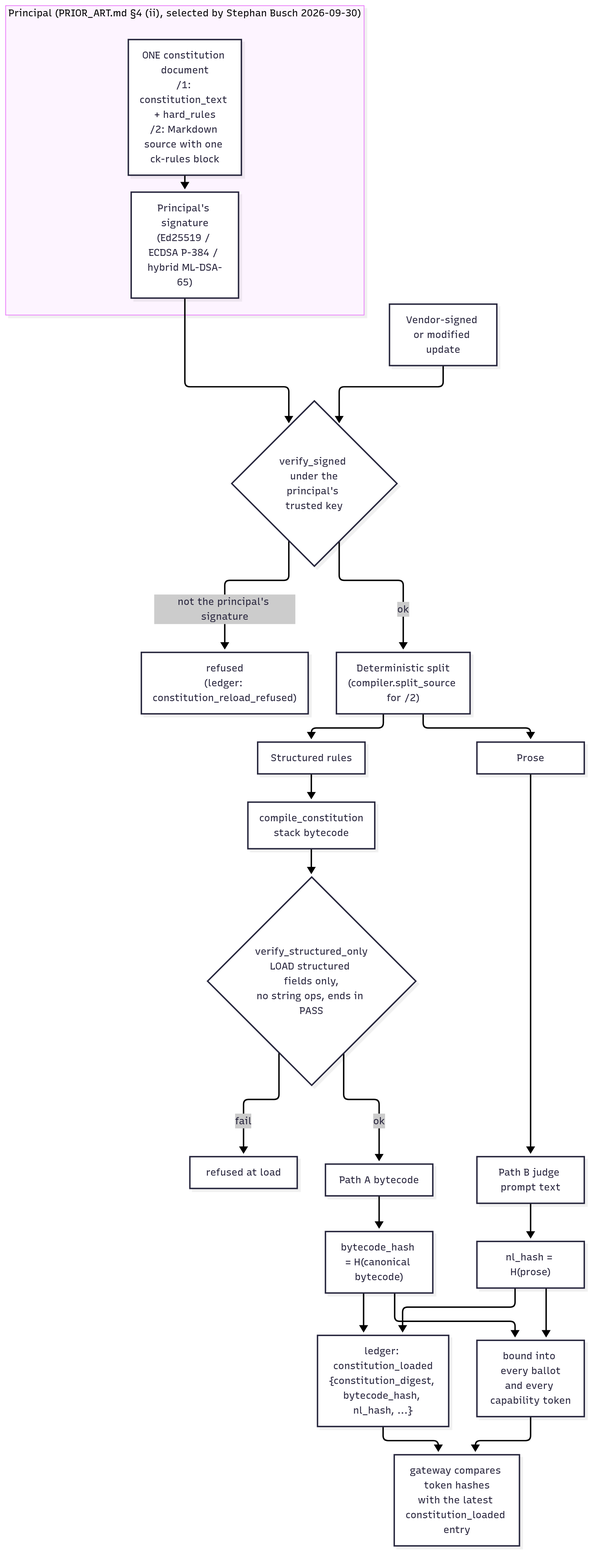
The Mermaid diagram docs/figures/two_compilations.png in Insomniac-VibeLabs/two-key, before a commit. Its source is kept beside it as docs/figures/two_compilations.mmd. The source it was exported from:
```mermaid
flowchart TB
  subgraph P["Principal (PRIOR_ART.md §4 (ii), selected by Stephan Busch 2026-09-30)"]
    D["ONE constitution document<br/>/1: constitution_text + hard_rules<br/>/2: Markdown source with one ck-rules block"]
    S["Principal's signature<br/>(Ed25519 / ECDSA P-384 / hybrid ML-DSA-65)"]
  end
  D --> S
  S --> V{"verify_signed under the<br/>principal's trusted key"}
  X["Vendor-signed or modified update"] --> V
  V -- "not the principal's signature" --> R["refused<br/>(ledger: constitution_reload_refused)"]
  V -- ok --> SP["Deterministic split<br/>(compiler.split_source for /2)"]
  SP --> RU["Structured rules"]
  SP --> PR["Prose"]
  RU --> C["compile_constitution<br/>stack bytecode"]
  C --> SC{"verify_structured_only<br/>LOAD structured fields only,<br/>no string ops, ends in PASS"}
  SC -- fail --> R2["refused at load"]
  SC -- ok --> BC["Path A bytecode"]
  PR --> JP["Path B judge prompt text"]
  BC --> HB["bytecode_hash = H(canonical bytecode)"]
  JP --> HN["nl_hash = H(prose)"]
  HB --> LE["ledger: constitution_loaded<br/>{constitution_digest, bytecode_hash, nl_hash, ...}"]
  HN --> LE
  HB --> BT["bound into every ballot<br/>and every capability token"]
  HN --> BT
  LE --> GW["gateway compares token hashes<br/>with the latest constitution_loaded entry"]
  BT --> GW
```
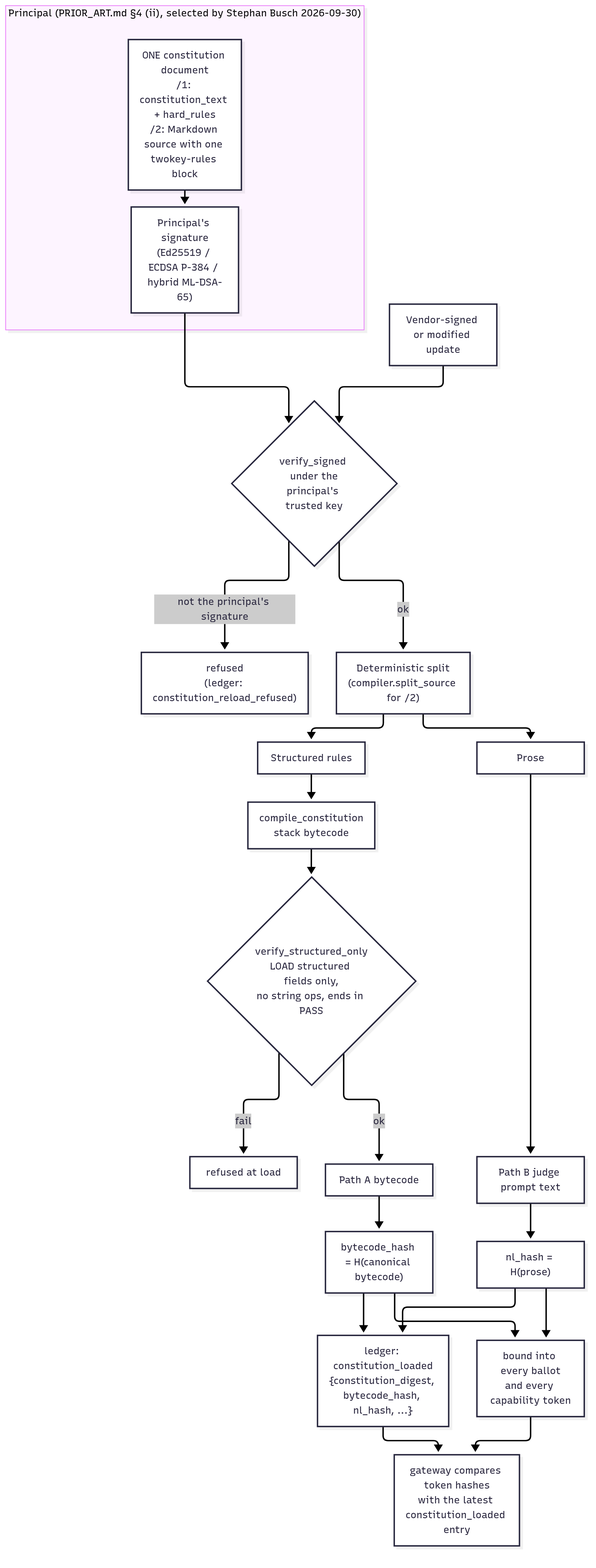
The same diagram one commit later.

The edit, as a diff of the source:
```diff
@@ -1,6 +1,6 @@
 flowchart TB
   subgraph P["Principal (PRIOR_ART.md §4 (ii), selected by Stephan Busch 2026-09-30)"]
-    D["ONE constitution document<br/>/1: constitution_text + hard_rules<br/>/2: Markdown source with one ck-rules block"]
+    D["ONE constitution document<br/>/1: constitution_text + hard_rules<br/>/2: Markdown source with one twokey-rules block"]
     S["Principal's signature<br/>(Ed25519 / ECDSA P-384 / hybrid ML-DSA-65)"]
   end
   D --> S
```
